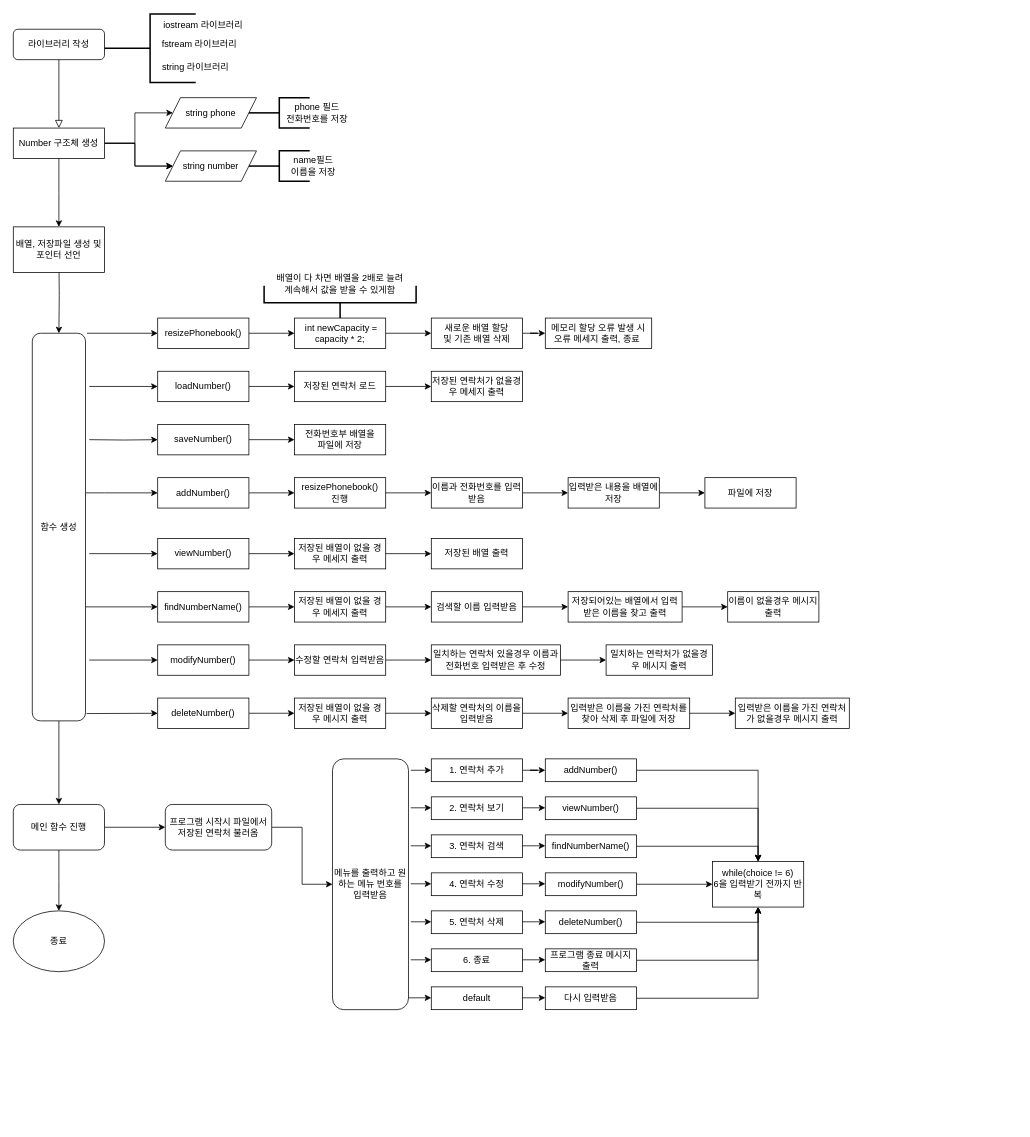
Earlier version of the draw.io diagram 소프트웨어공학 과제.drawio (kgr5013/kgr5013). Source tidied: cells renumbered, new cells numbered last; positions are measured from the earlier drawing's top-left corner, leaving out a move shared by most shapes. Both pictures are drawn from the tidied source at 76%, with x=0, y=0 at pixel (13, 14).
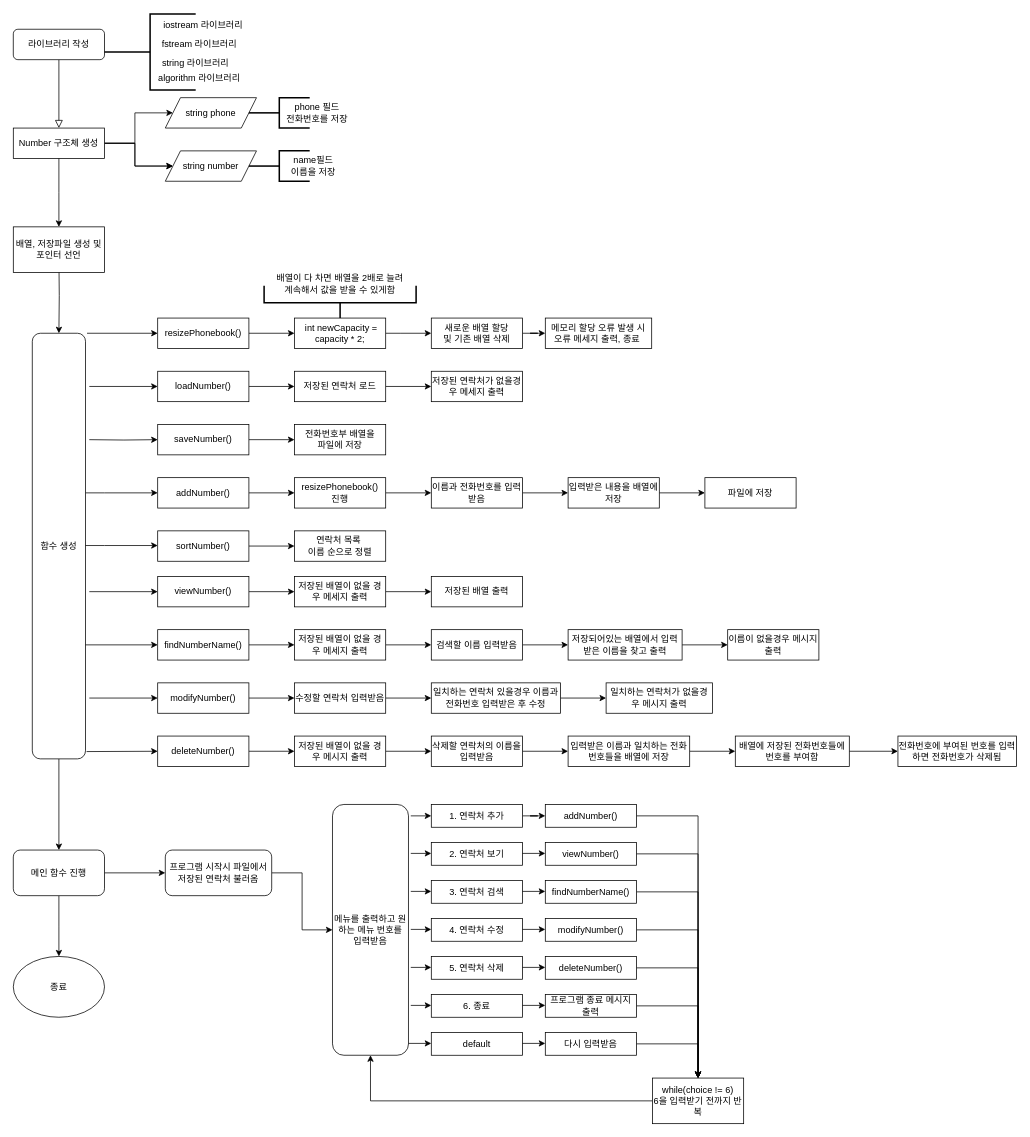
Above is the later version.

Commit message:
소프트웨어공학 과제.drawio 업데이트

The edit, as a diff of the source:
```diff
@@
     <mxCell id="17" value="string 라이브러리" style="text;html=1;align=center;verticalAlign=middle;whiteSpace=wrap;rounded=0;" parent="1" vertex="1">
-      <mxGeometry x="180" y="55" width="120" height="30" as="geometry" />
+      <mxGeometry x="180" y="50" width="120" height="30" as="geometry" />
     </mxCell>
     <mxCell id="18" style="strokeWidth=2;html=1;shape=mxgraph.flowchart.annotation_2;align=left;labelPosition=right;" parent="1" vertex="1">
-      <mxGeometry x="120" width="120" height="90" as="geometry" />
+      <mxGeometry x="120" width="120" height="100" as="geometry" />
     </mxCell>
@@
     <mxCell id="22" value="함수 생성" style="rounded=1;whiteSpace=wrap;html=1;" parent="1" vertex="1">
-      <mxGeometry x="25" y="420" width="70" height="510" as="geometry" />
+      <mxGeometry x="25" y="420" width="70" height="560" as="geometry" />
     </mxCell>
@@
     <mxCell id="46" value="viewNumber()" style="rounded=0;whiteSpace=wrap;html=1;" parent="1" vertex="1">
-      <mxGeometry x="190" y="690" width="120" height="40" as="geometry" />
+      <mxGeometry x="190" y="740" width="120" height="40" as="geometry" />
     </mxCell>
@@
     <mxCell id="48" value="저장된 배열이 없을 경우 메세지 출력" style="rounded=0;whiteSpace=wrap;html=1;" parent="1" vertex="1">
-      <mxGeometry x="370" y="690" width="120" height="40" as="geometry" />
+      <mxGeometry x="370" y="740" width="120" height="40" as="geometry" />
     </mxCell>
     <mxCell id="49" value="저장된 배열 출력" style="rounded=0;whiteSpace=wrap;html=1;" parent="1" vertex="1">
-      <mxGeometry x="550" y="690" width="120" height="40" as="geometry" />
+      <mxGeometry x="550" y="740" width="120" height="40" as="geometry" />
     </mxCell>
     <mxCell id="50" style="endArrow=classic;html=1;rounded=0;entryX=0;entryY=0.5;entryDx=0;entryDy=0;" parent="1" edge="1" target="46">
       <mxGeometry relative="1" as="geometry">
-        <mxPoint x="100" y="710" as="sourcePoint" />
+        <mxPoint x="100" y="760" as="sourcePoint" />
       </mxGeometry>
     </mxCell>
@@
     <mxCell id="52" value="findNumberName()" style="rounded=0;whiteSpace=wrap;html=1;" parent="1" vertex="1">
-      <mxGeometry x="190" y="760" width="120" height="40" as="geometry" />
+      <mxGeometry x="190" y="810" width="120" height="40" as="geometry" />
     </mxCell>
@@
     <mxCell id="54" value="저장된 배열이 없을 경우 메세지 출력" style="rounded=0;whiteSpace=wrap;html=1;" parent="1" vertex="1">
-      <mxGeometry x="370" y="760" width="120" height="40" as="geometry" />
+      <mxGeometry x="370" y="810" width="120" height="40" as="geometry" />
     </mxCell>
@@
     <mxCell id="56" value="검색할 이름 입력받음" style="rounded=0;whiteSpace=wrap;html=1;" parent="1" vertex="1">
-      <mxGeometry x="550" y="760" width="120" height="40" as="geometry" />
+      <mxGeometry x="550" y="810" width="120" height="40" as="geometry" />
     </mxCell>
@@
     <mxCell id="58" value="저장되어있는 배열에서 입력받은 이름을 찾고 출력" style="rounded=0;whiteSpace=wrap;html=1;" parent="1" vertex="1">
-      <mxGeometry x="730" y="760" width="150" height="40" as="geometry" />
+      <mxGeometry x="730" y="810" width="150" height="40" as="geometry" />
     </mxCell>
     <mxCell id="59" value="이름이 없을경우 메시지 출력" style="rounded=0;whiteSpace=wrap;html=1;" parent="1" vertex="1">
-      <mxGeometry x="940" y="760" width="120" height="40" as="geometry" />
+      <mxGeometry x="940" y="810" width="120" height="40" as="geometry" />
     </mxCell>
     <mxCell id="60" style="endArrow=classic;html=1;rounded=0;entryX=0;entryY=0.5;entryDx=0;entryDy=0;" parent="1" edge="1" target="52">
       <mxGeometry relative="1" as="geometry">
-        <mxPoint x="95" y="780" as="sourcePoint" />
+        <mxPoint x="95" y="830" as="sourcePoint" />
       </mxGeometry>
     </mxCell>
@@
     <mxCell id="62" value="modifyNumber()" style="rounded=0;whiteSpace=wrap;html=1;" parent="1" vertex="1">
-      <mxGeometry x="190" y="830" width="120" height="40" as="geometry" />
+      <mxGeometry x="190" y="880" width="120" height="40" as="geometry" />
     </mxCell>
@@
     <mxCell id="64" value="수정할 연락처 입력받음" style="rounded=0;whiteSpace=wrap;html=1;" parent="1" vertex="1">
-      <mxGeometry x="370" y="830" width="120" height="40" as="geometry" />
+      <mxGeometry x="370" y="880" width="120" height="40" as="geometry" />
     </mxCell>
@@
     <mxCell id="66" value="일치하는 연락처 있을경우 이름과 전화번호 입력받은 후 수정" style="rounded=0;whiteSpace=wrap;html=1;" parent="1" vertex="1">
-      <mxGeometry x="550" y="830" width="170" height="40" as="geometry" />
+      <mxGeometry x="550" y="880" width="170" height="40" as="geometry" />
     </mxCell>
     <mxCell id="67" value="일치하는 연락처가 없을경우 메시지 출력" style="rounded=0;whiteSpace=wrap;html=1;" parent="1" vertex="1">
-      <mxGeometry x="780" y="830" width="140" height="40" as="geometry" />
+      <mxGeometry x="780" y="880" width="140" height="40" as="geometry" />
     </mxCell>
     <mxCell id="68" style="endArrow=classic;html=1;rounded=0;entryX=0;entryY=0.5;entryDx=0;entryDy=0;" parent="1" edge="1" target="62">
       <mxGeometry relative="1" as="geometry">
-        <mxPoint x="100" y="850" as="sourcePoint" />
+        <mxPoint x="100" y="900" as="sourcePoint" />
       </mxGeometry>
     </mxCell>
@@
     <mxCell id="70" value="deleteNumber()" style="rounded=0;whiteSpace=wrap;html=1;" parent="1" vertex="1">
-      <mxGeometry x="190" y="900" width="120" height="40" as="geometry" />
+      <mxGeometry x="190" y="950" width="120" height="40" as="geometry" />
     </mxCell>
@@
     <mxCell id="72" value="저장된 배열이 없을 경우 메시지 출력" style="rounded=0;whiteSpace=wrap;html=1;" parent="1" vertex="1">
-      <mxGeometry x="370" y="900" width="120" height="40" as="geometry" />
+      <mxGeometry x="370" y="950" width="120" height="40" as="geometry" />
     </mxCell>
@@
     <mxCell id="74" value="삭제할 연락처의 이름을 입력받음" style="rounded=0;whiteSpace=wrap;html=1;" parent="1" vertex="1">
-      <mxGeometry x="550" y="900" width="120" height="40" as="geometry" />
+      <mxGeometry x="550" y="950" width="120" height="40" as="geometry" />
     </mxCell>
@@
-    <mxCell id="76" value="입력받은 이름을 가진 연락처를 찾아 삭제 후 파일에 저장" style="rounded=0;whiteSpace=wrap;html=1;" parent="1" vertex="1">
-      <mxGeometry x="730" y="900" width="160" height="40" as="geometry" />
+    <mxCell id="76" value="입력받은 이름과 일치하는 전화번호들을 배열에 저장" style="rounded=0;whiteSpace=wrap;html=1;" parent="1" vertex="1">
+      <mxGeometry x="730" y="950" width="160" height="40" as="geometry" />
     </mxCell>
+    <mxCell id="131" style="edgeStyle=orthogonalEdgeStyle;rounded=0;jettySize=auto;html=1;" parent="1" edge="1" source="77" target="138">
+      <mxGeometry relative="1" as="geometry" />
+    </mxCell>
-    <mxCell id="77" value="입력받은 이름을 가진 연락처가 없을경우 메시지 출력" style="rounded=0;whiteSpace=wrap;html=1;" parent="1" vertex="1">
-      <mxGeometry x="950" y="900" width="150" height="40" as="geometry" />
+    <mxCell id="77" value="배열에 저장된 전화번호들에 번호를 부여함" style="rounded=0;whiteSpace=wrap;html=1;" parent="1" vertex="1">
+      <mxGeometry x="950" y="950" width="150" height="40" as="geometry" />
     </mxCell>
     <mxCell id="78" style="endArrow=classic;html=1;rounded=0;exitX=1.02;exitY=0.914;exitDx=0;exitDy=0;exitPerimeter=0;entryX=0;entryY=0.5;entryDx=0;entryDy=0;" parent="1" edge="1" target="70">
       <mxGeometry relative="1" as="geometry">
-        <mxPoint x="96.4" y="920.4" as="sourcePoint" />
+        <mxPoint x="96.4" y="970.4" as="sourcePoint" />
       </mxGeometry>
     </mxCell>
@@
     <mxCell id="80" style="edgeStyle=orthogonalEdgeStyle;rounded=0;jettySize=auto;html=1;" parent="1" edge="1" source="81">
       <mxGeometry relative="1" as="geometry">
-        <mxPoint x="60" y="1180" as="targetPoint" />
+        <mxPoint x="60" y="1240" as="targetPoint" />
       </mxGeometry>
     </mxCell>
     <mxCell id="81" value="메인 함수 진행" style="rounded=1;whiteSpace=wrap;html=1;" parent="1" vertex="1">
-      <mxGeometry y="1040" width="120" height="60" as="geometry" />
+      <mxGeometry y="1100" width="120" height="60" as="geometry" />
     </mxCell>
@@
     <mxCell id="83" value="프로그램 시작시 파일에서 저장된 연락처 불러옴" style="rounded=1;whiteSpace=wrap;html=1;" parent="1" vertex="1">
-      <mxGeometry x="200" y="1040" width="140" height="60" as="geometry" />
+      <mxGeometry x="200" y="1100" width="140" height="60" as="geometry" />
     </mxCell>
     <mxCell id="84" value="메뉴를 출력하고 원하는 메뉴 번호를 입력받음" style="rounded=1;whiteSpace=wrap;html=1;" parent="1" vertex="1">
-      <mxGeometry x="420" y="980" width="100" height="330" as="geometry" />
+      <mxGeometry x="420" y="1040" width="100" height="330" as="geometry" />
     </mxCell>
@@
     <mxCell id="86" value="1. 연락처 추가" style="rounded=0;whiteSpace=wrap;html=1;" parent="1" vertex="1">
-      <mxGeometry x="550" y="980" width="120" height="30" as="geometry" />
+      <mxGeometry x="550" y="1040" width="120" height="30" as="geometry" />
     </mxCell>
     <mxCell id="87" value="2. 연락처 보기" style="rounded=0;whiteSpace=wrap;html=1;" parent="1" vertex="1">
-      <mxGeometry x="550" y="1030" width="120" height="30" as="geometry" />
+      <mxGeometry x="550" y="1090" width="120" height="30" as="geometry" />
     </mxCell>
     <mxCell id="88" value="3. 연락처 검색" style="rounded=0;whiteSpace=wrap;html=1;" parent="1" vertex="1">
-      <mxGeometry x="550" y="1080" width="120" height="30" as="geometry" />
+      <mxGeometry x="550" y="1140" width="120" height="30" as="geometry" />
     </mxCell>
     <mxCell id="89" value="4. 연락처 수정" style="rounded=0;whiteSpace=wrap;html=1;" parent="1" vertex="1">
-      <mxGeometry x="550" y="1130" width="120" height="30" as="geometry" />
+      <mxGeometry x="550" y="1190" width="120" height="30" as="geometry" />
     </mxCell>
     <mxCell id="90" value="5. 연락처 삭제" style="rounded=0;whiteSpace=wrap;html=1;" parent="1" vertex="1">
-      <mxGeometry x="550" y="1180" width="120" height="30" as="geometry" />
+      <mxGeometry x="550" y="1240" width="120" height="30" as="geometry" />
     </mxCell>
     <mxCell id="91" value="6. 종료" style="rounded=0;whiteSpace=wrap;html=1;" parent="1" vertex="1">
-      <mxGeometry x="550" y="1230" width="120" height="30" as="geometry" />
+      <mxGeometry x="550" y="1290" width="120" height="30" as="geometry" />
     </mxCell>
     <mxCell id="92" style="endArrow=classic;html=1;rounded=0;entryX=0;entryY=0.5;entryDx=0;entryDy=0;" parent="1" edge="1" target="86">
       <mxGeometry relative="1" as="geometry">
-        <mxPoint x="523" y="995" as="sourcePoint" />
+        <mxPoint x="523" y="1055" as="sourcePoint" />
       </mxGeometry>
     </mxCell>
     <mxCell id="93" style="endArrow=classic;html=1;rounded=0;exitX=1.028;exitY=0.055;exitDx=0;exitDy=0;exitPerimeter=0;entryX=0;entryY=0.5;entryDx=0;entryDy=0;" parent="1" edge="1">
       <mxGeometry relative="1" as="geometry">
-        <mxPoint x="523" y="1044.4" as="sourcePoint" />
-        <mxPoint x="550" y="1044.4" as="targetPoint" />
+        <mxPoint x="523" y="1104.4" as="sourcePoint" />
+        <mxPoint x="550" y="1104.4" as="targetPoint" />
       </mxGeometry>
     </mxCell>
     <mxCell id="94" style="endArrow=classic;html=1;rounded=0;exitX=1.028;exitY=0.055;exitDx=0;exitDy=0;exitPerimeter=0;entryX=0;entryY=0.5;entryDx=0;entryDy=0;" parent="1" edge="1">
       <mxGeometry relative="1" as="geometry">
-        <mxPoint x="523" y="1094.4" as="sourcePoint" />
-        <mxPoint x="550" y="1094.4" as="targetPoint" />
+        <mxPoint x="523" y="1154.4" as="sourcePoint" />
+        <mxPoint x="550" y="1154.4" as="targetPoint" />
       </mxGeometry>
     </mxCell>
     <mxCell id="95" style="endArrow=classic;html=1;rounded=0;exitX=1.028;exitY=0.055;exitDx=0;exitDy=0;exitPerimeter=0;entryX=0;entryY=0.5;entryDx=0;entryDy=0;" parent="1" edge="1">
       <mxGeometry relative="1" as="geometry">
-        <mxPoint x="523" y="1144.4" as="sourcePoint" />
-        <mxPoint x="550" y="1144.4" as="targetPoint" />
+        <mxPoint x="523" y="1204.4" as="sourcePoint" />
+        <mxPoint x="550" y="1204.4" as="targetPoint" />
       </mxGeometry>
     </mxCell>
     <mxCell id="96" style="endArrow=classic;html=1;rounded=0;exitX=1.028;exitY=0.055;exitDx=0;exitDy=0;exitPerimeter=0;entryX=0;entryY=0.5;entryDx=0;entryDy=0;" parent="1" edge="1">
       <mxGeometry relative="1" as="geometry">
-        <mxPoint x="523" y="1194.4" as="sourcePoint" />
-        <mxPoint x="550" y="1194.4" as="targetPoint" />
+        <mxPoint x="523" y="1254.4" as="sourcePoint" />
+        <mxPoint x="550" y="1254.4" as="targetPoint" />
       </mxGeometry>
     </mxCell>
     <mxCell id="97" style="endArrow=classic;html=1;rounded=0;exitX=1.028;exitY=0.055;exitDx=0;exitDy=0;exitPerimeter=0;entryX=0;entryY=0.5;entryDx=0;entryDy=0;" parent="1" edge="1">
       <mxGeometry relative="1" as="geometry">
-        <mxPoint x="523" y="1244.4" as="sourcePoint" />
-        <mxPoint x="550" y="1244.4" as="targetPoint" />
+        <mxPoint x="523" y="1304.4" as="sourcePoint" />
+        <mxPoint x="550" y="1304.4" as="targetPoint" />
       </mxGeometry>
     </mxCell>
@@
     <mxCell id="99" value="addNumber()" style="rounded=0;whiteSpace=wrap;html=1;" parent="1" vertex="1">
-      <mxGeometry x="700" y="980" width="120" height="30" as="geometry" />
+      <mxGeometry x="700" y="1040" width="120" height="30" as="geometry" />
     </mxCell>
@@
     <mxCell id="110" value="viewNumber()" style="rounded=0;whiteSpace=wrap;html=1;" parent="1" vertex="1">
-      <mxGeometry x="700" y="1030" width="120" height="30" as="geometry" />
+      <mxGeometry x="700" y="1090" width="120" height="30" as="geometry" />
     </mxCell>
@@
     <mxCell id="112" value="findNumberName()" style="rounded=0;whiteSpace=wrap;html=1;" parent="1" vertex="1">
-      <mxGeometry x="700" y="1080" width="120" height="30" as="geometry" />
+      <mxGeometry x="700" y="1140" width="120" height="30" as="geometry" />
     </mxCell>
@@
     <mxCell id="114" value="modifyNumber()" style="rounded=0;whiteSpace=wrap;html=1;" parent="1" vertex="1">
-      <mxGeometry x="700" y="1130" width="120" height="30" as="geometry" />
+      <mxGeometry x="700" y="1190" width="120" height="30" as="geometry" />
     </mxCell>
@@
     <mxCell id="116" value="deleteNumber()" style="rounded=0;whiteSpace=wrap;html=1;" parent="1" vertex="1">
-      <mxGeometry x="700" y="1180" width="120" height="30" as="geometry" />
+      <mxGeometry x="700" y="1240" width="120" height="30" as="geometry" />
     </mxCell>
@@
     <mxCell id="118" value="프로그램 종료 메시지 출력" style="rounded=0;whiteSpace=wrap;html=1;" parent="1" vertex="1">
-      <mxGeometry x="700" y="1230" width="120" height="30" as="geometry" />
+      <mxGeometry x="700" y="1290" width="120" height="30" as="geometry" />
     </mxCell>
     <mxCell id="119" style="edgeStyle=orthogonalEdgeStyle;rounded=0;orthogonalLoop=1;jettySize=auto;html=1;" parent="1" edge="1">
       <mxGeometry relative="1" as="geometry">
-        <mxPoint x="670" y="1044.4" as="sourcePoint" />
-        <mxPoint x="700" y="1044.4" as="targetPoint" />
+        <mxPoint x="670" y="1104.4" as="sourcePoint" />
+        <mxPoint x="700" y="1104.4" as="targetPoint" />
       </mxGeometry>
     </mxCell>
     <mxCell id="120" style="edgeStyle=orthogonalEdgeStyle;rounded=0;orthogonalLoop=1;jettySize=auto;html=1;" parent="1" edge="1">
       <mxGeometry relative="1" as="geometry">
-        <mxPoint x="670" y="1094.4" as="sourcePoint" />
-        <mxPoint x="700" y="1094.4" as="targetPoint" />
+        <mxPoint x="670" y="1154.4" as="sourcePoint" />
+        <mxPoint x="700" y="1154.4" as="targetPoint" />
       </mxGeometry>
     </mxCell>
     <mxCell id="121" style="edgeStyle=orthogonalEdgeStyle;rounded=0;orthogonalLoop=1;jettySize=auto;html=1;" parent="1" edge="1">
       <mxGeometry relative="1" as="geometry">
-        <mxPoint x="670" y="1144.4" as="sourcePoint" />
-        <mxPoint x="700" y="1144.4" as="targetPoint" />
+        <mxPoint x="670" y="1204.4" as="sourcePoint" />
+        <mxPoint x="700" y="1204.4" as="targetPoint" />
       </mxGeometry>
     </mxCell>
     <mxCell id="122" style="edgeStyle=orthogonalEdgeStyle;rounded=0;orthogonalLoop=1;jettySize=auto;html=1;" parent="1" edge="1">
       <mxGeometry relative="1" as="geometry">
-        <mxPoint x="670" y="1194.4" as="sourcePoint" />
-        <mxPoint x="700" y="1194.4" as="targetPoint" />
+        <mxPoint x="670" y="1254.4" as="sourcePoint" />
+        <mxPoint x="700" y="1254.4" as="targetPoint" />
       </mxGeometry>
     </mxCell>
     <mxCell id="123" style="edgeStyle=orthogonalEdgeStyle;rounded=0;orthogonalLoop=1;jettySize=auto;html=1;" parent="1" edge="1">
       <mxGeometry relative="1" as="geometry">
-        <mxPoint x="670" y="1244.4" as="sourcePoint" />
-        <mxPoint x="700" y="1244.4" as="targetPoint" />
+        <mxPoint x="670" y="1304.4" as="sourcePoint" />
+        <mxPoint x="700" y="1304.4" as="targetPoint" />
       </mxGeometry>
     </mxCell>
     <mxCell id="124" value="default" style="rounded=0;whiteSpace=wrap;html=1;" parent="1" vertex="1">
-      <mxGeometry x="550" y="1280" width="120" height="30" as="geometry" />
+      <mxGeometry x="550" y="1340" width="120" height="30" as="geometry" />
     </mxCell>
@@
     <mxCell id="126" value="다시 입력받음" style="rounded=0;whiteSpace=wrap;html=1;" parent="1" vertex="1">
-      <mxGeometry x="700" y="1280" width="120" height="30" as="geometry" />
+      <mxGeometry x="700" y="1340" width="120" height="30" as="geometry" />
     </mxCell>
     <mxCell id="127" style="edgeStyle=orthogonalEdgeStyle;rounded=0;orthogonalLoop=1;jettySize=auto;html=1;" parent="1" edge="1">
       <mxGeometry relative="1" as="geometry">
-        <mxPoint x="670" y="1294.4" as="sourcePoint" />
-        <mxPoint x="700" y="1294.4" as="targetPoint" />
+        <mxPoint x="670" y="1354.4" as="sourcePoint" />
+        <mxPoint x="700" y="1354.4" as="targetPoint" />
       </mxGeometry>
     </mxCell>
     <mxCell id="128" style="edgeStyle=orthogonalEdgeStyle;rounded=0;orthogonalLoop=1;jettySize=auto;html=1;" parent="1" edge="1">
       <mxGeometry relative="1" as="geometry">
-        <mxPoint x="520" y="1294.4" as="sourcePoint" />
-        <mxPoint x="550" y="1294.4" as="targetPoint" />
+        <mxPoint x="520" y="1354.4" as="sourcePoint" />
+        <mxPoint x="550" y="1354.4" as="targetPoint" />
       </mxGeometry>
     </mxCell>
+    <mxCell id="132" style="edgeStyle=orthogonalEdgeStyle;rounded=0;jettySize=auto;html=1;" parent="1" edge="1" source="129" target="84">
+      <mxGeometry relative="1" as="geometry" />
+    </mxCell>
     <mxCell id="129" value="while(choice != 6)&lt;div&gt;6을 입력받기 전까지 반복&lt;/div&gt;" style="rounded=0;whiteSpace=wrap;html=1;" parent="1" vertex="1">
-      <mxGeometry x="920" y="1115" width="120" height="60" as="geometry" />
+      <mxGeometry x="841" y="1400" width="120" height="60" as="geometry" />
     </mxCell>
     <mxCell id="130" value="종료" style="ellipse;whiteSpace=wrap;html=1;" parent="1" vertex="1">
-      <mxGeometry y="1180" width="120" height="80" as="geometry" />
+      <mxGeometry y="1240" width="120" height="80" as="geometry" />
     </mxCell>
+    <mxCell id="133" value="algorithm 라이브러리" style="text;html=1;align=center;verticalAlign=middle;whiteSpace=wrap;rounded=0;" parent="1" vertex="1">
+      <mxGeometry x="180" y="70" width="130" height="30" as="geometry" />
+    </mxCell>
+    <mxCell id="134" style="edgeStyle=orthogonalEdgeStyle;rounded=0;jettySize=auto;html=1;" parent="1" edge="1" source="135" target="136">
+      <mxGeometry relative="1" as="geometry" />
+    </mxCell>
+    <mxCell id="135" value="sortNumber()" style="rounded=0;whiteSpace=wrap;html=1;" parent="1" vertex="1">
+      <mxGeometry x="190" y="680" width="120" height="40" as="geometry" />
+    </mxCell>
+    <mxCell id="136" value="연락처 목록&amp;nbsp;&lt;div&gt;이름 순으로 정렬&lt;/div&gt;" style="rounded=0;whiteSpace=wrap;html=1;" parent="1" vertex="1">
+      <mxGeometry x="370" y="680" width="120" height="40" as="geometry" />
+    </mxCell>
+    <mxCell id="137" style="edgeStyle=orthogonalEdgeStyle;rounded=0;orthogonalLoop=1;jettySize=auto;html=1;" parent="1" edge="1">
+      <mxGeometry relative="1" as="geometry">
+        <mxPoint x="95" y="699.3" as="sourcePoint" />
+        <mxPoint x="190" y="699.3" as="targetPoint" />
+        <Array as="points">
+          <mxPoint x="120" y="699.3" />
+          <mxPoint x="120" y="699.3" />
+        </Array>
+      </mxGeometry>
+    </mxCell>
+    <mxCell id="138" value="전화번호에 부여된 번호를 입력하면 전화번호가 삭제됨" style="rounded=0;whiteSpace=wrap;html=1;" parent="1" vertex="1">
+      <mxGeometry x="1164" y="950" width="156" height="40" as="geometry" />
+    </mxCell>
```
